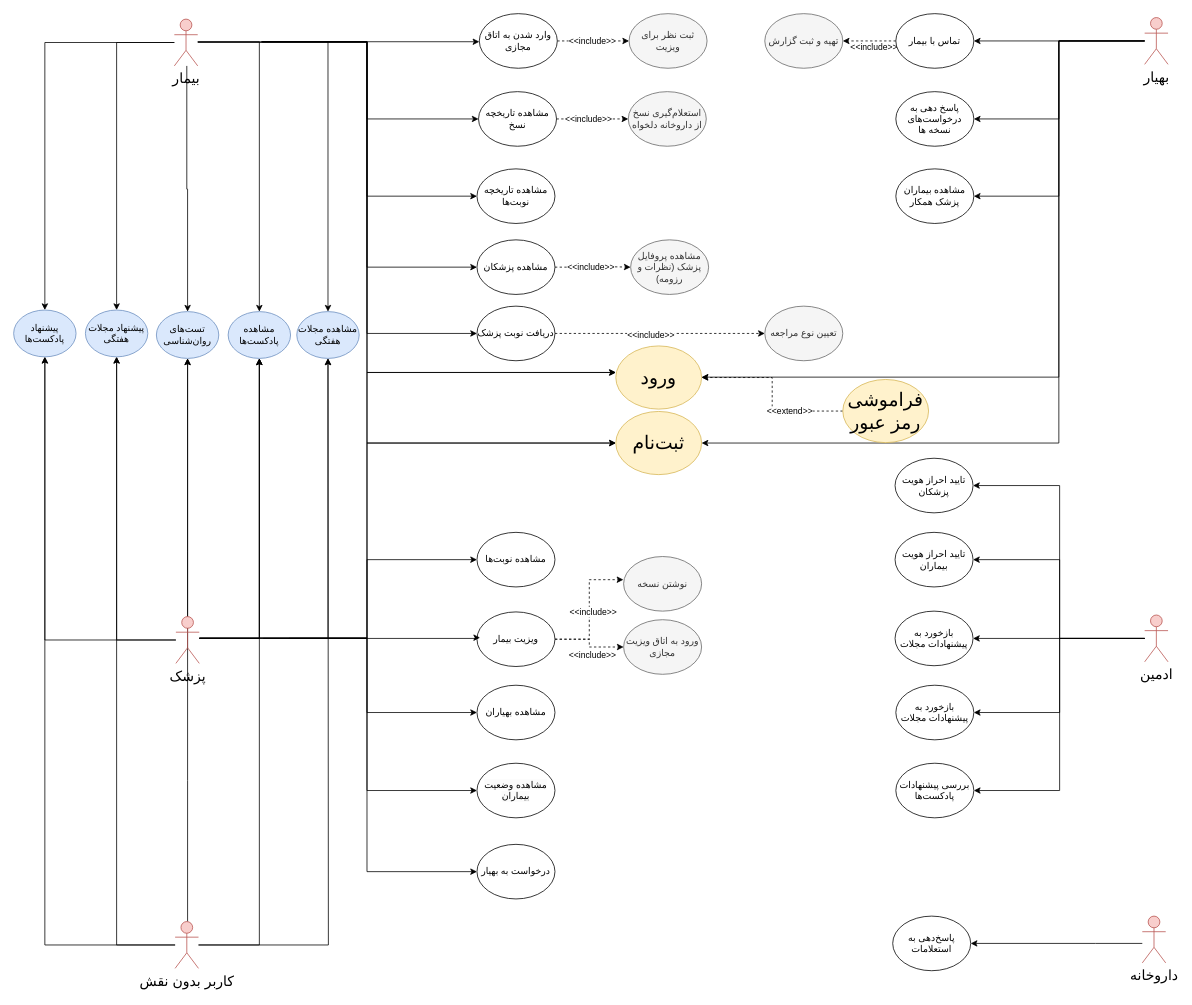
The draw.io diagram UseCases/UseCase-level1.drawio in Matinrezaei/Software-Lab, before the edit. Source tidied: cells renumbered, new cells numbered last; positions are measured from the earlier drawing's top-left corner, leaving out a move shared by most shapes. Both pictures are drawn from the tidied source at 78%, with x=0, y=0 at pixel (13, 13).
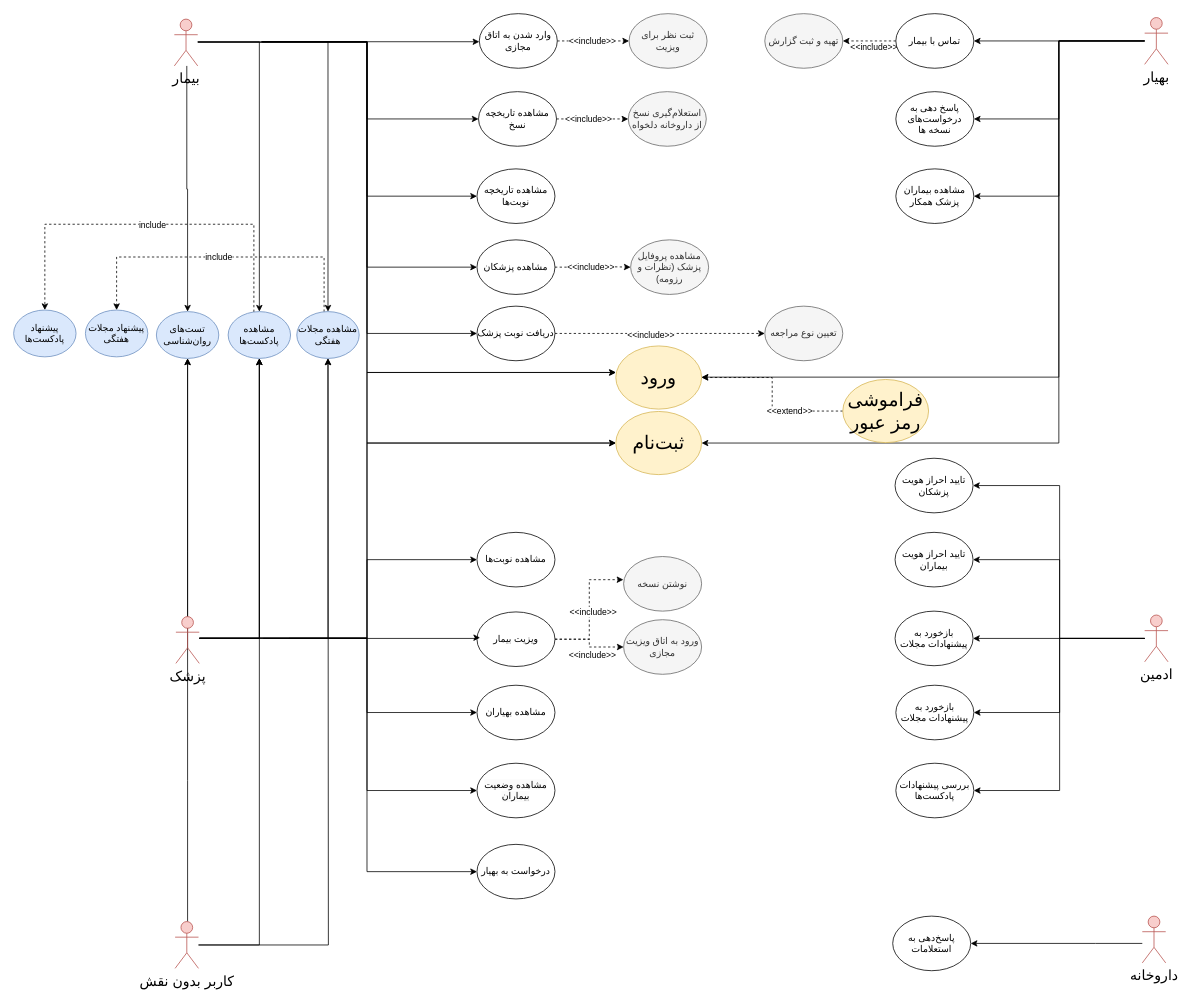
The same page after the edit.

Unchanged cells that the change refers to:
```xml
<mxCell id="72" value="&lt;font style=&quot;font-size: 18px;&quot;&gt;بیمار&lt;/font&gt;" style="shape=umlActor;verticalLabelPosition=bottom;verticalAlign=top;html=1;outlineConnect=0;fillColor=#f8cecc;strokeColor=#b85450;" parent="1" vertex="1">
  <mxGeometry x="206" y="7" width="30" height="60" as="geometry" />
</mxCell>
<mxCell id="73" value="مشاهده پادکست‌ها" style="ellipse;whiteSpace=wrap;html=1;fillColor=#dae8fc;strokeColor=#6c8ebf;" parent="1" vertex="1">
  <mxGeometry x="275" y="382" width="80" height="60" as="geometry" />
</mxCell>
<mxCell id="80" value="&lt;span style=&quot;font-size: 18px;&quot;&gt;کاربر بدون نقش&lt;/span&gt;" style="shape=umlActor;verticalLabelPosition=bottom;verticalAlign=top;html=1;outlineConnect=0;fillColor=#f8cecc;strokeColor=#b85450;" parent="1" vertex="1">
  <mxGeometry x="207" y="1164" width="30" height="60" as="geometry" />
</mxCell>
<mxCell id="86" value="&lt;font style=&quot;font-size: 18px;&quot;&gt;پزشک&lt;/font&gt;" style="shape=umlActor;verticalLabelPosition=bottom;verticalAlign=top;html=1;outlineConnect=0;fillColor=#f8cecc;strokeColor=#b85450;" parent="1" vertex="1">
  <mxGeometry x="208" y="773" width="30" height="60" as="geometry" />
</mxCell>
<mxCell id="87" value="پیشنهاد مجلات هفتگی" style="ellipse;whiteSpace=wrap;html=1;fillColor=#dae8fc;strokeColor=#6c8ebf;" parent="1" vertex="1">
  <mxGeometry x="92" y="380" width="80" height="60" as="geometry" />
</mxCell>
<mxCell id="88" value="پیشنهاد پادکست‌ها" style="ellipse;whiteSpace=wrap;html=1;fillColor=#dae8fc;strokeColor=#6c8ebf;" parent="1" vertex="1">
  <mxGeometry y="380" width="80" height="60" as="geometry" />
</mxCell>
<mxCell id="89" value="مشاهده مجلات هفتگی" style="ellipse;whiteSpace=wrap;html=1;fillColor=#dae8fc;strokeColor=#6c8ebf;" parent="1" vertex="1">
  <mxGeometry x="363" y="382" width="80" height="60" as="geometry" />
</mxCell>
```

Diff of the diagram source:
```diff
@@
-    <mxCell id="69" style="edgeStyle=orthogonalEdgeStyle;rounded=0;jettySize=auto;html=1;entryX=0.5;entryY=0;entryDx=0;entryDy=0;" parent="1" edge="1" source="72" target="87">
-      <mxGeometry relative="1" as="geometry" />
-    </mxCell>
-    <mxCell id="70" style="edgeStyle=orthogonalEdgeStyle;rounded=0;jettySize=auto;html=1;entryX=0.5;entryY=0;entryDx=0;entryDy=0;" parent="1" edge="1" source="72" target="88">
-      <mxGeometry relative="1" as="geometry" />
-    </mxCell>
@@
+    <mxCell id="99" style="edgeStyle=orthogonalEdgeStyle;rounded=0;jettySize=auto;html=1;entryX=0.5;entryY=0;entryDx=0;entryDy=0;dashed=1;" parent="1" edge="1" source="73" target="88">
+      <mxGeometry relative="1" as="geometry">
+        <Array as="points">
+          <mxPoint x="308" y="270" />
+          <mxPoint x="40" y="270" />
+        </Array>
+      </mxGeometry>
+    </mxCell>
+    <mxCell id="100" value="include" style="edgeLabel;html=1;align=center;verticalAlign=middle;" parent="99" vertex="1">
+      <mxGeometry x="-0.01" relative="1" as="geometry" />
+    </mxCell>
@@
-    <mxCell id="78" style="edgeStyle=orthogonalEdgeStyle;rounded=0;jettySize=auto;html=1;entryX=0.5;entryY=1;entryDx=0;entryDy=0;" parent="1" edge="1" source="80" target="87">
-      <mxGeometry relative="1" as="geometry" />
-    </mxCell>
-    <mxCell id="79" style="edgeStyle=orthogonalEdgeStyle;rounded=0;jettySize=auto;html=1;entryX=0.5;entryY=1;entryDx=0;entryDy=0;" parent="1" edge="1" source="80" target="88">
-      <mxGeometry relative="1" as="geometry" />
-    </mxCell>
@@
-    <mxCell id="82" style="edgeStyle=orthogonalEdgeStyle;rounded=0;jettySize=auto;html=1;entryX=0.5;entryY=1;entryDx=0;entryDy=0;" parent="1" edge="1" source="86" target="87">
-      <mxGeometry relative="1" as="geometry" />
-    </mxCell>
-    <mxCell id="83" style="edgeStyle=orthogonalEdgeStyle;rounded=0;jettySize=auto;html=1;entryX=0.5;entryY=1;entryDx=0;entryDy=0;" parent="1" edge="1" source="86" target="88">
-      <mxGeometry relative="1" as="geometry" />
-    </mxCell>
@@
+    <mxCell id="101" style="edgeStyle=orthogonalEdgeStyle;rounded=0;jettySize=auto;html=1;entryX=0.5;entryY=0;entryDx=0;entryDy=0;dashed=1;" parent="1" edge="1" source="89" target="87">
+      <mxGeometry relative="1" as="geometry">
+        <Array as="points">
+          <mxPoint x="398" y="312" />
+          <mxPoint x="132" y="312" />
+        </Array>
+      </mxGeometry>
+    </mxCell>
+    <mxCell id="102" value="include" style="edgeLabel;html=1;align=center;verticalAlign=middle;" parent="101" vertex="1">
+      <mxGeometry x="0.02" y="-1" relative="1" as="geometry" />
+    </mxCell>
```
